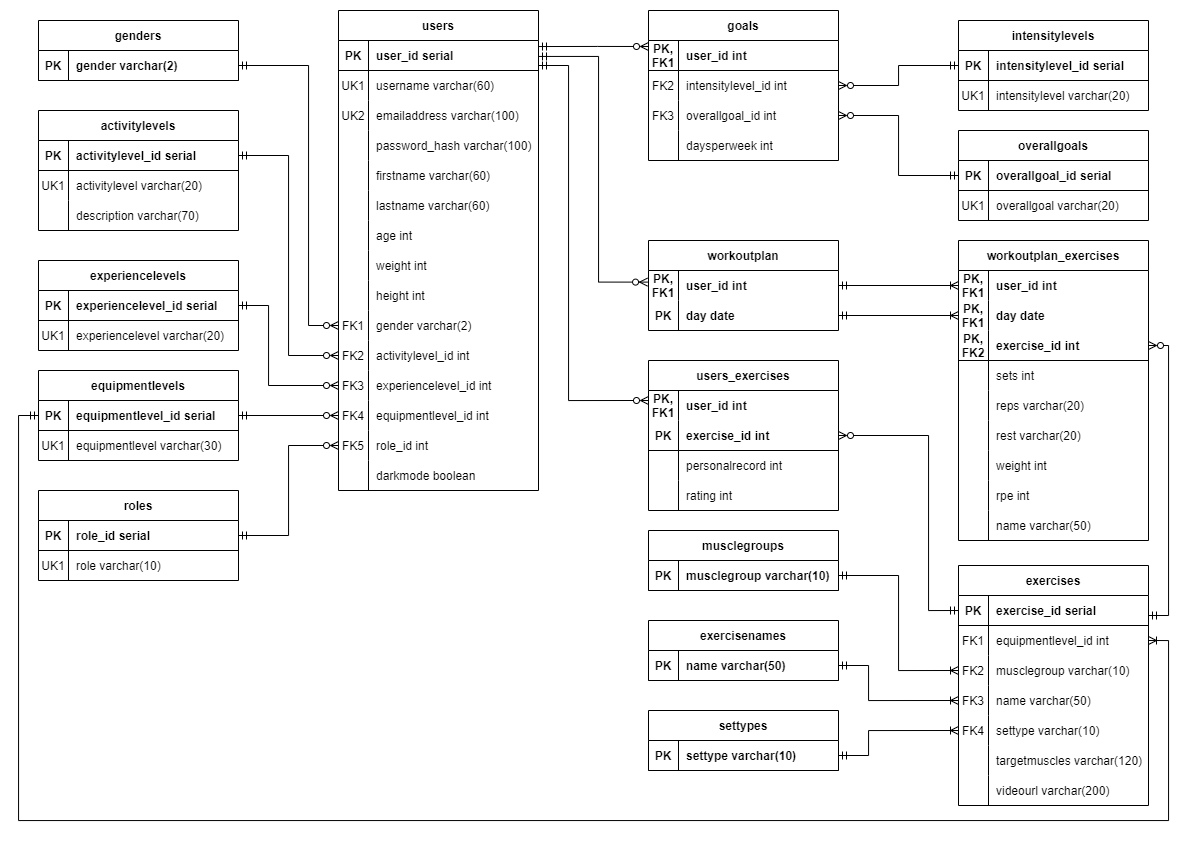
Earlier version of the draw.io export db-related/ER_diagram.png (deanpayne6/fitForgeBackEnd). Source tidied: cells renumbered, new cells last; positions are measured from the earlier drawing's top-left corner, leaving out a move shared by most shapes.
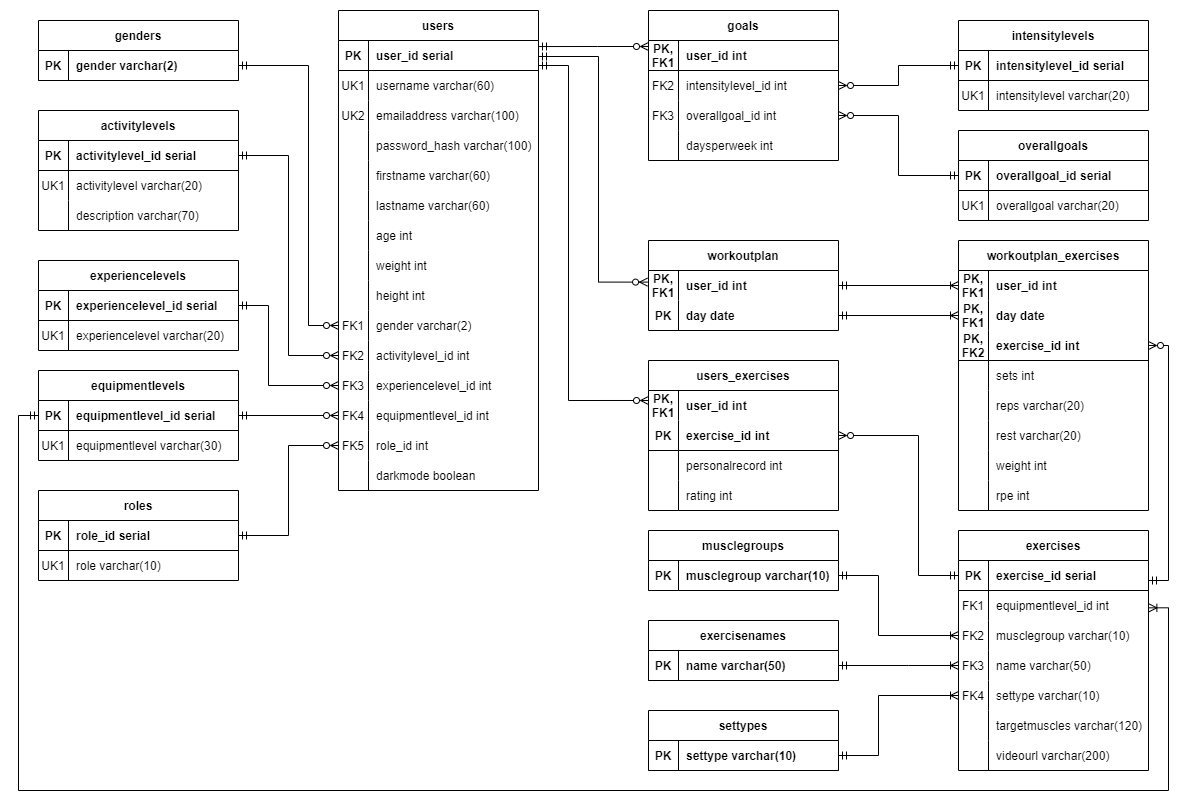
After the change.

Change to the diagram source:
```diff
@@ -393,7 +393,7 @@
       <mxGeometry relative="1" as="geometry" />
     </mxCell>
     <mxCell id="125" value="exercises" style="shape=table;startSize=30;rowLines=0;fontStyle=1;align=center;strokeColor=default;" parent="1" vertex="1">
-      <mxGeometry x="940" y="555" width="190" height="240" as="geometry" />
+      <mxGeometry x="940" y="520" width="190" height="240" as="geometry" />
     </mxCell>
     <mxCell id="126" style="shape=tableRow;horizontal=0;startSize=0;swimlaneHead=0;swimlaneBody=0;fillColor=none;points=[[0,0.5],[1,0.5]];portConstraint=eastwest;top=0;left=0;right=0;bottom=1;strokeColor=default;" parent="125" vertex="1">
       <mxGeometry y="30" width="190" height="30" as="geometry" />
@@ -489,7 +489,7 @@
       </mxGeometry>
     </mxCell>
     <mxCell id="155" value="workoutplan_exercises" style="shape=table;startSize=30;rowLines=0;fontStyle=1;align=center;" parent="1" vertex="1">
-      <mxGeometry x="940" y="230" width="190" height="300" as="geometry" />
+      <mxGeometry x="940" y="230" width="190" height="270" as="geometry" />
     </mxCell>
     <mxCell id="156" style="shape=tableRow;horizontal=0;startSize=0;swimlaneHead=0;swimlaneBody=0;fillColor=none;points=[[0,0.5],[1,0.5]];portConstraint=eastwest;top=0;left=0;right=0;bottom=0;" parent="155" vertex="1">
       <mxGeometry y="30" width="190" height="30" as="geometry" />
@@ -563,15 +563,6 @@
     <mxCell id="179" value="rpe int" style="shape=partialRectangle;fillColor=none;top=0;left=0;bottom=0;right=0;align=left;spacingLeft=6;fontStyle=0;overflow=hidden;" parent="177" vertex="1">
       <mxGeometry x="30" width="160" height="30" as="geometry" />
     </mxCell>
-    <mxCell id="180" style="shape=tableRow;horizontal=0;startSize=0;swimlaneHead=0;swimlaneBody=0;fillColor=none;top=0;left=0;right=0;bottom=0;" parent="155" vertex="1">
-      <mxGeometry y="270" width="190" height="30" as="geometry" />
-    </mxCell>
-    <mxCell id="181" style="shape=partialRectangle;fillColor=none;top=0;left=0;bottom=0;right=0;fontStyle=0;overflow=hidden;" parent="180" vertex="1">
-      <mxGeometry width="30" height="30" as="geometry" />
-    </mxCell>
-    <mxCell id="182" value="name varchar(50)" style="shape=partialRectangle;fillColor=none;top=0;left=0;bottom=0;right=0;align=left;spacingLeft=6;fontStyle=0;overflow=hidden;" parent="180" vertex="1">
-      <mxGeometry x="30" width="160" height="30" as="geometry" />
-    </mxCell>
     <mxCell id="183" style="edgeStyle=orthogonalEdgeStyle;rounded=0;jettySize=auto;html=1;entryX=0;entryY=0.5;entryDx=0;entryDy=0;startArrow=ERmandOne;startFill=0;endArrow=ERoneToMany;endFill=0;" parent="1" edge="1" source="148" target="156">
       <mxGeometry relative="1" as="geometry" />
     </mxCell>
@@ -605,18 +596,19 @@
     <mxCell id="193" style="edgeStyle=orthogonalEdgeStyle;rounded=0;jettySize=auto;html=1;entryX=1;entryY=0.5;entryDx=0;entryDy=0;endArrow=ERzeroToMany;endFill=0;startArrow=ERmandOne;startFill=0;exitX=0;exitY=0.5;exitDx=0;exitDy=0;" parent="1" edge="1" source="126" target="114">
       <mxGeometry relative="1" as="geometry">
         <Array as="points">
-          <mxPoint x="910" y="600" />
-          <mxPoint x="910" y="425" />
+          <mxPoint x="900" y="565" />
+          <mxPoint x="900" y="425" />
         </Array>
       </mxGeometry>
     </mxCell>
-    <mxCell id="194" style="edgeStyle=orthogonalEdgeStyle;rounded=0;jettySize=auto;html=1;exitX=0;exitY=0.5;exitDx=0;exitDy=0;endArrow=ERoneToMany;endFill=0;startArrow=ERmandOne;startFill=0;entryX=1;entryY=0.5;entryDx=0;entryDy=0;" parent="1" edge="1" source="73" target="129">
+    <mxCell id="194" style="edgeStyle=orthogonalEdgeStyle;rounded=0;jettySize=auto;html=1;exitX=0;exitY=0.5;exitDx=0;exitDy=0;endArrow=ERoneToMany;endFill=0;startArrow=ERmandOne;startFill=0;entryX=1.002;entryY=0.578;entryDx=0;entryDy=0;entryPerimeter=0;" parent="1" edge="1" source="73" target="129">
       <mxGeometry relative="1" as="geometry">
         <Array as="points">
           <mxPoint y="405" />
-          <mxPoint y="810" />
-          <mxPoint x="1150" y="810" />
-          <mxPoint x="1150" y="630" />
+          <mxPoint y="780" />
+          <mxPoint x="1150" y="780" />
+          <mxPoint x="1150" y="597" />
+          <mxPoint x="1130" y="597" />
         </Array>
       </mxGeometry>
     </mxCell>
@@ -635,8 +627,8 @@
     <mxCell id="199" style="edgeStyle=orthogonalEdgeStyle;rounded=0;jettySize=auto;html=1;entryX=0;entryY=0.5;entryDx=0;entryDy=0;endArrow=ERoneToMany;endFill=0;startArrow=ERmandOne;startFill=0;" parent="1" edge="1" source="196" target="135">
       <mxGeometry relative="1" as="geometry">
         <Array as="points">
-          <mxPoint x="850" y="655" />
-          <mxPoint x="850" y="690" />
+          <mxPoint x="890" y="655" />
+          <mxPoint x="890" y="655" />
         </Array>
       </mxGeometry>
     </mxCell>
@@ -655,8 +647,8 @@
     <mxCell id="204" style="edgeStyle=orthogonalEdgeStyle;rounded=0;jettySize=auto;html=1;endArrow=ERoneToMany;endFill=0;startArrow=ERmandOne;startFill=0;entryX=0;entryY=0.5;entryDx=0;entryDy=0;" parent="1" edge="1" source="201" target="132">
       <mxGeometry relative="1" as="geometry">
         <Array as="points">
-          <mxPoint x="880" y="565" />
-          <mxPoint x="880" y="660" />
+          <mxPoint x="860" y="565" />
+          <mxPoint x="860" y="625" />
         </Array>
       </mxGeometry>
     </mxCell>
@@ -675,8 +667,8 @@
     <mxCell id="209" style="edgeStyle=orthogonalEdgeStyle;rounded=0;jettySize=auto;html=1;entryX=0;entryY=0.5;entryDx=0;entryDy=0;startArrow=ERmandOne;startFill=0;endArrow=ERoneToMany;endFill=0;" parent="1" edge="1" source="206" target="138">
       <mxGeometry relative="1" as="geometry">
         <Array as="points">
-          <mxPoint x="850" y="745" />
-          <mxPoint x="850" y="720" />
+          <mxPoint x="860" y="745" />
+          <mxPoint x="860" y="685" />
         </Array>
       </mxGeometry>
     </mxCell>
```
